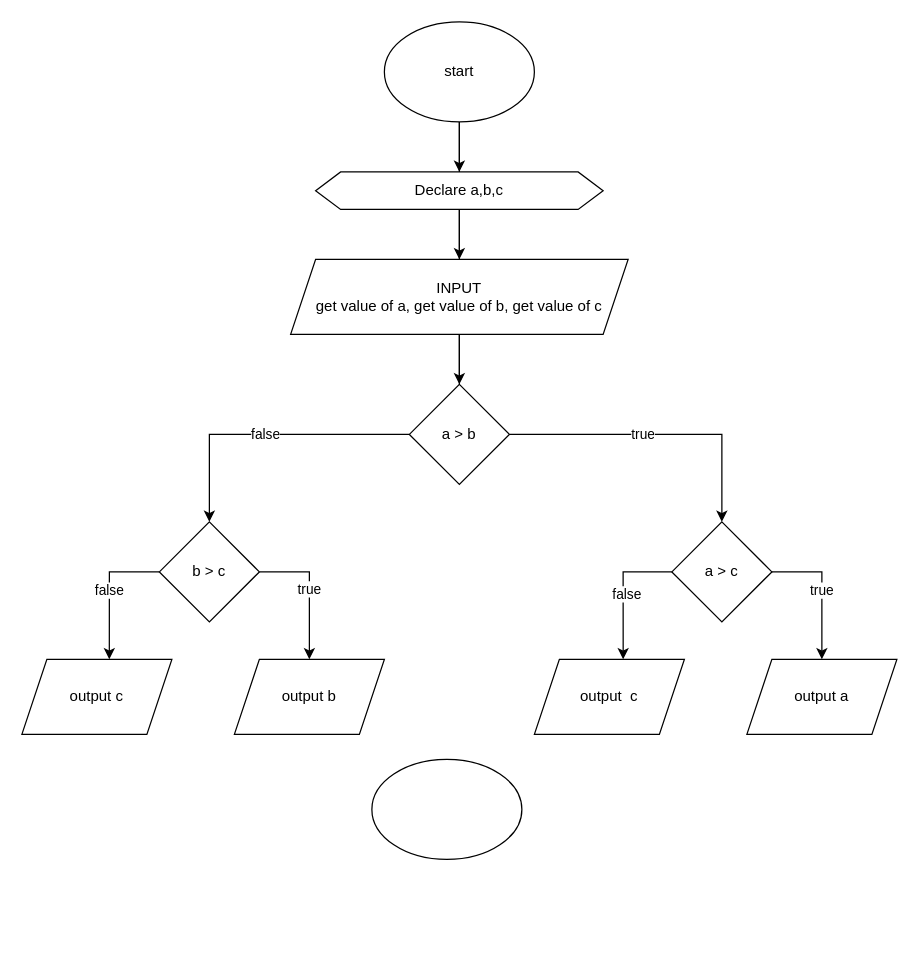
The draw.io diagram largest_among_three.drawio in jackaumentado/jackaumentado.flowcharts, before the edit. Source tidied: cells renumbered, new cells numbered last; positions are measured from the earlier drawing's top-left corner, leaving out a move shared by most shapes. Both pictures are drawn from the tidied source at 125%, with x=0, y=0 at pixel (21, 21).
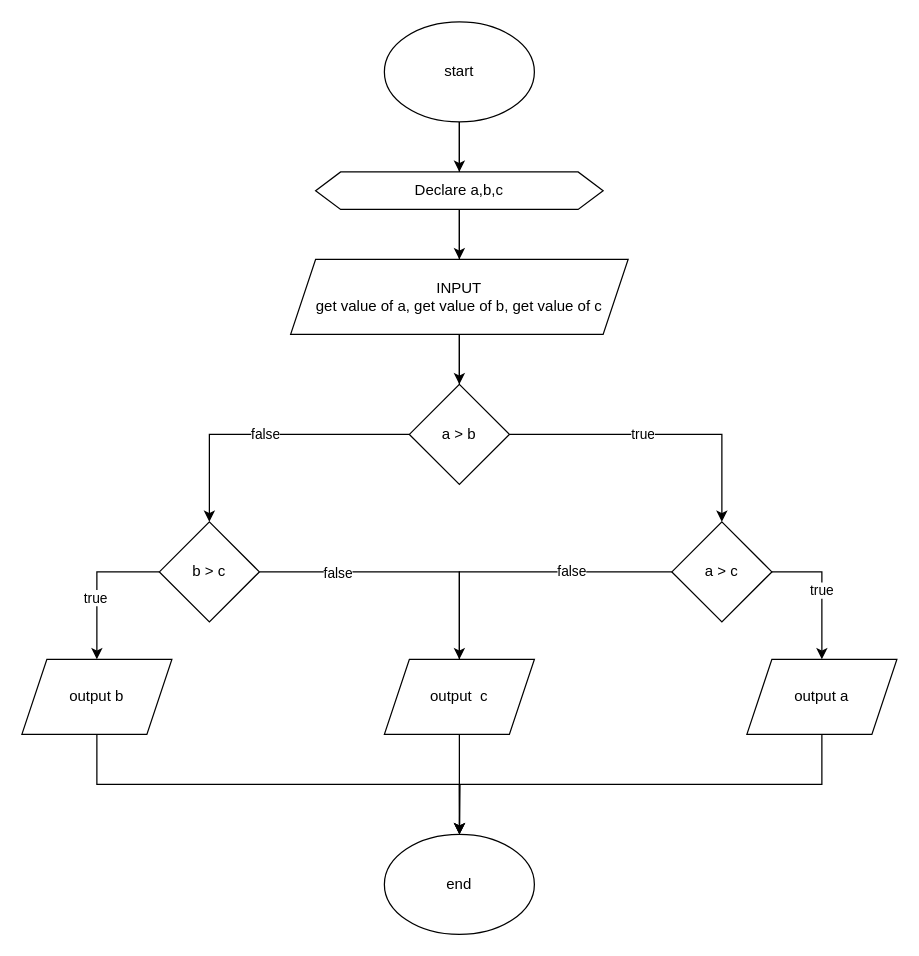
The same page after the edit.

Commit message:
Update largest_among_three version two.drawio

The change refers to these unchanged cells:
```xml
<mxCell id="17" value="b &amp;gt; c" style="rhombus;whiteSpace=wrap;html=1;" parent="1" vertex="1">
  <mxGeometry x="110" y="400" width="80" height="80" as="geometry" />
</mxCell>
<mxCell id="21" value="a &amp;gt; c" style="rhombus;whiteSpace=wrap;html=1;" parent="1" vertex="1">
  <mxGeometry x="520" y="400" width="80" height="80" as="geometry" />
</mxCell>
<mxCell id="22" value="output a" style="shape=parallelogram;perimeter=parallelogramPerimeter;whiteSpace=wrap;html=1;fixedSize=1;" parent="1" vertex="1">
  <mxGeometry x="580" y="510" width="120" height="60" as="geometry" />
</mxCell>
```

Change to the diagram source:
```diff
@@
-    <mxCell id="14" style="edgeStyle=orthogonalEdgeStyle;rounded=0;jettySize=auto;html=1;exitX=1;exitY=0.5;exitDx=0;exitDy=0;entryX=0.5;entryY=0;entryDx=0;entryDy=0;" parent="1" edge="1" source="17" target="25">
+    <mxCell id="14" style="edgeStyle=orthogonalEdgeStyle;rounded=0;jettySize=auto;html=1;exitX=0;exitY=0.5;exitDx=0;exitDy=0;" parent="1" edge="1" source="17" target="25">
       <mxGeometry relative="1" as="geometry" />
     </mxCell>
     <mxCell id="15" value="true" style="edgeLabel;html=1;align=center;verticalAlign=middle;" parent="14" vertex="1">
-      <mxGeometry x="-0.04" y="-1" relative="1" as="geometry" />
+      <mxGeometry x="0.16" y="-2" relative="1" as="geometry" />
     </mxCell>
-    <mxCell id="16" value="false" style="edgeStyle=orthogonalEdgeStyle;rounded=0;jettySize=auto;html=1;exitX=0;exitY=0.5;exitDx=0;exitDy=0;entryX=0.583;entryY=0;entryDx=0;entryDy=0;entryPerimeter=0;" parent="1" edge="1" source="17" target="26">
-      <mxGeometry relative="1" as="geometry" />
-    </mxCell>
+    <mxCell id="27" style="edgeStyle=orthogonalEdgeStyle;rounded=0;jettySize=auto;html=1;exitX=1;exitY=0.5;exitDx=0;exitDy=0;entryX=0.5;entryY=0.167;entryDx=0;entryDy=0;entryPerimeter=0;" parent="1" edge="1" source="17" target="23">
+      <mxGeometry relative="1" as="geometry" />
+    </mxCell>
+    <mxCell id="20" value="false" style="edgeLabel;html=1;align=center;verticalAlign=middle;" parent="27" vertex="1">
+      <mxGeometry x="-0.48" y="-1" relative="1" as="geometry">
+        <mxPoint y="-1" as="offset" />
+      </mxGeometry>
+    </mxCell>
@@
-    <mxCell id="19" style="edgeStyle=orthogonalEdgeStyle;rounded=0;jettySize=auto;html=1;exitX=0;exitY=0.5;exitDx=0;exitDy=0;entryX=0.592;entryY=0;entryDx=0;entryDy=0;entryPerimeter=0;" parent="1" edge="1" source="21" target="23">
-      <mxGeometry relative="1" as="geometry" />
-    </mxCell>
-    <mxCell id="20" value="false" style="edgeLabel;html=1;align=center;verticalAlign=middle;" parent="19" vertex="1">
-      <mxGeometry x="0.05" y="2" relative="1" as="geometry" />
-    </mxCell>
+    <mxCell id="16" value="false" style="edgeStyle=orthogonalEdgeStyle;rounded=0;jettySize=auto;html=1;exitX=0;exitY=0.5;exitDx=0;exitDy=0;entryX=0.5;entryY=0;entryDx=0;entryDy=0;" parent="1" edge="1" source="21" target="23">
+      <mxGeometry x="-0.33" relative="1" as="geometry" />
+    </mxCell>
@@
+    <mxCell id="28" style="edgeStyle=orthogonalEdgeStyle;rounded=0;jettySize=auto;html=1;exitX=0.5;exitY=1;exitDx=0;exitDy=0;" parent="1" edge="1" source="22">
+      <mxGeometry relative="1" as="geometry">
+        <mxPoint x="350" y="650" as="targetPoint" />
+      </mxGeometry>
+    </mxCell>
@@
+    <mxCell id="29" style="edgeStyle=orthogonalEdgeStyle;rounded=0;jettySize=auto;html=1;exitX=0.5;exitY=1;exitDx=0;exitDy=0;" parent="1" edge="1" source="23">
+      <mxGeometry relative="1" as="geometry">
+        <mxPoint x="350.2" y="650" as="targetPoint" />
+      </mxGeometry>
+    </mxCell>
     <mxCell id="23" value="output&amp;nbsp; c" style="shape=parallelogram;perimeter=parallelogramPerimeter;whiteSpace=wrap;html=1;fixedSize=1;" parent="1" vertex="1">
-      <mxGeometry x="410" y="510" width="120" height="60" as="geometry" />
+      <mxGeometry x="290" y="510" width="120" height="60" as="geometry" />
     </mxCell>
-    <mxCell id="24" style="ellipse;whiteSpace=wrap;html=1;" parent="1" vertex="1">
-      <mxGeometry x="280" y="590" width="120" height="80" as="geometry" />
+    <mxCell id="24" value="end" style="ellipse;whiteSpace=wrap;html=1;" parent="1" vertex="1">
+      <mxGeometry x="290" y="650" width="120" height="80" as="geometry" />
     </mxCell>
+    <mxCell id="30" style="edgeStyle=orthogonalEdgeStyle;rounded=0;jettySize=auto;html=1;exitX=0.5;exitY=1;exitDx=0;exitDy=0;" parent="1" edge="1" source="25" target="24">
+      <mxGeometry relative="1" as="geometry" />
+    </mxCell>
     <mxCell id="25" value="output b" style="shape=parallelogram;perimeter=parallelogramPerimeter;whiteSpace=wrap;html=1;fixedSize=1;" parent="1" vertex="1">
-      <mxGeometry x="170" y="510" width="120" height="60" as="geometry" />
+      <mxGeometry y="510" width="120" height="60" as="geometry" />
     </mxCell>
-    <mxCell id="26" value="output c" style="shape=parallelogram;perimeter=parallelogramPerimeter;whiteSpace=wrap;html=1;fixedSize=1;" parent="1" vertex="1">
-      <mxGeometry y="510" width="120" height="60" as="geometry" />
-    </mxCell>
```
